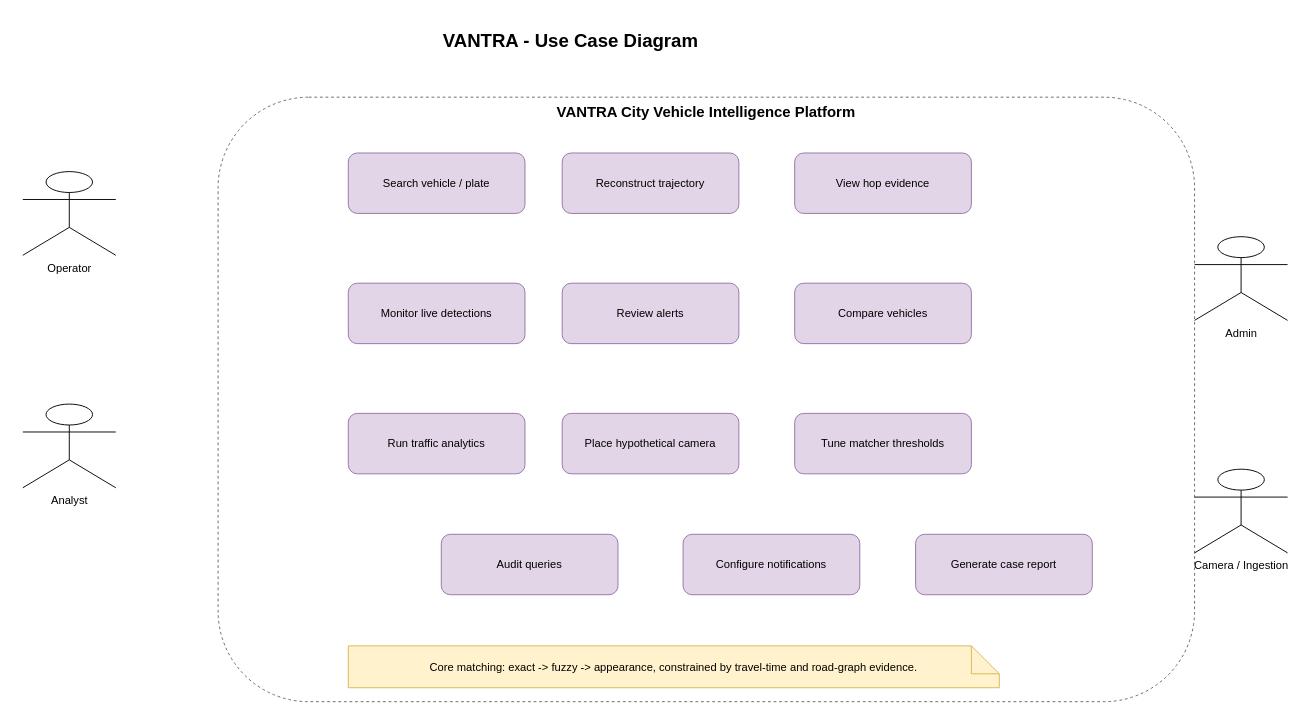
Above: uml-diagrams/UseCaseDiagram.drawio in DakshJand/SE-Project-VANTRA (draw.io), before the change. Source tidied: cells renumbered, new cells numbered last; positions are measured from the earlier drawing's top-left corner, leaving out a move shared by most shapes. Both pictures are drawn from the tidied source at 93%, with x=0, y=0 at pixel (22, 22).
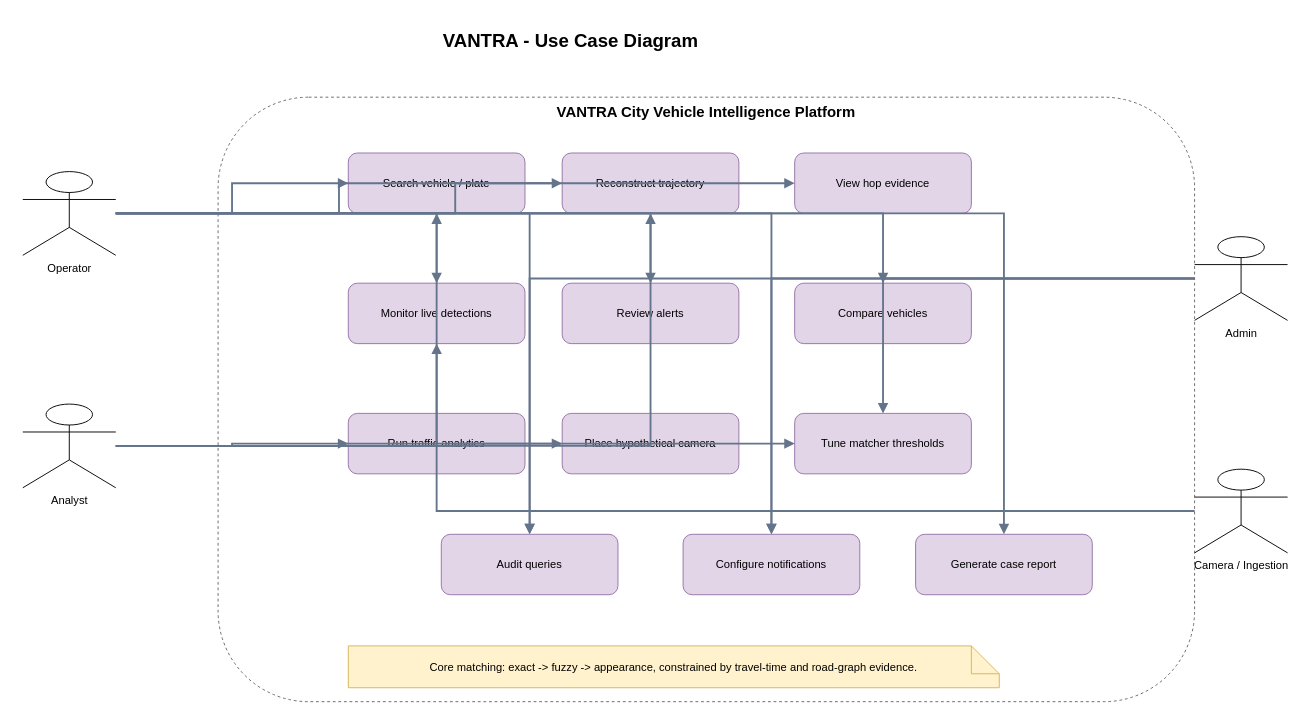
The same diagram, later.

Unchanged cells that the change refers to:
```xml
<mxCell id="4" value="Operator" style="shape=umlActor;verticalLabelPosition=bottom;verticalAlign=top;html=1;" parent="1" vertex="1">
  <mxGeometry y="160" width="100" height="90" as="geometry" />
</mxCell>
<mxCell id="5" value="Analyst" style="shape=umlActor;verticalLabelPosition=bottom;verticalAlign=top;html=1;" parent="1" vertex="1">
  <mxGeometry y="410" width="100" height="90" as="geometry" />
</mxCell>
<mxCell id="6" value="Admin" style="shape=umlActor;verticalLabelPosition=bottom;verticalAlign=top;html=1;" parent="1" vertex="1">
  <mxGeometry x="1260" y="230" width="100" height="90" as="geometry" />
</mxCell>
<mxCell id="7" value="Camera / Ingestion" style="shape=umlActor;verticalLabelPosition=bottom;verticalAlign=top;html=1;" parent="1" vertex="1">
  <mxGeometry x="1260" y="480" width="100" height="90" as="geometry" />
</mxCell>
<mxCell id="8" value="Search vehicle / plate" style="rounded=1;whiteSpace=wrap;html=1;fillColor=#e1d5e7;strokeColor=#9673a6;" parent="1" vertex="1">
  <mxGeometry x="350" y="140" width="190" height="65" as="geometry" />
</mxCell>
<mxCell id="9" value="Reconstruct trajectory" style="rounded=1;whiteSpace=wrap;html=1;fillColor=#e1d5e7;strokeColor=#9673a6;" parent="1" vertex="1">
  <mxGeometry x="580" y="140" width="190" height="65" as="geometry" />
</mxCell>
<mxCell id="10" value="View hop evidence" style="rounded=1;whiteSpace=wrap;html=1;fillColor=#e1d5e7;strokeColor=#9673a6;" parent="1" vertex="1">
  <mxGeometry x="830" y="140" width="190" height="65" as="geometry" />
</mxCell>
<mxCell id="11" value="Monitor live detections" style="rounded=1;whiteSpace=wrap;html=1;fillColor=#e1d5e7;strokeColor=#9673a6;" parent="1" vertex="1">
  <mxGeometry x="350" y="280" width="190" height="65" as="geometry" />
</mxCell>
<mxCell id="12" value="Review alerts" style="rounded=1;whiteSpace=wrap;html=1;fillColor=#e1d5e7;strokeColor=#9673a6;" parent="1" vertex="1">
  <mxGeometry x="580" y="280" width="190" height="65" as="geometry" />
</mxCell>
<mxCell id="13" value="Compare vehicles" style="rounded=1;whiteSpace=wrap;html=1;fillColor=#e1d5e7;strokeColor=#9673a6;" parent="1" vertex="1">
  <mxGeometry x="830" y="280" width="190" height="65" as="geometry" />
</mxCell>
<mxCell id="14" value="Run traffic analytics" style="rounded=1;whiteSpace=wrap;html=1;fillColor=#e1d5e7;strokeColor=#9673a6;" parent="1" vertex="1">
  <mxGeometry x="350" y="420" width="190" height="65" as="geometry" />
</mxCell>
<mxCell id="15" value="Place hypothetical camera" style="rounded=1;whiteSpace=wrap;html=1;fillColor=#e1d5e7;strokeColor=#9673a6;" parent="1" vertex="1">
  <mxGeometry x="580" y="420" width="190" height="65" as="geometry" />
</mxCell>
<mxCell id="16" value="Tune matcher thresholds" style="rounded=1;whiteSpace=wrap;html=1;fillColor=#e1d5e7;strokeColor=#9673a6;" parent="1" vertex="1">
  <mxGeometry x="830" y="420" width="190" height="65" as="geometry" />
</mxCell>
<mxCell id="17" value="Audit queries" style="rounded=1;whiteSpace=wrap;html=1;fillColor=#e1d5e7;strokeColor=#9673a6;" parent="1" vertex="1">
  <mxGeometry x="450" y="550" width="190" height="65" as="geometry" />
</mxCell>
<mxCell id="18" value="Configure notifications" style="rounded=1;whiteSpace=wrap;html=1;fillColor=#e1d5e7;strokeColor=#9673a6;" parent="1" vertex="1">
  <mxGeometry x="710" y="550" width="190" height="65" as="geometry" />
</mxCell>
<mxCell id="19" value="Generate case report" style="rounded=1;whiteSpace=wrap;html=1;fillColor=#e1d5e7;strokeColor=#9673a6;" parent="1" vertex="1">
  <mxGeometry x="960" y="550" width="190" height="65" as="geometry" />
</mxCell>
```

Diff of the diagram source:
```diff
@@
-    <mxCell id="20" style="edgeStyle=orthogonalEdgeStyle;rounded=0;jettySize=auto;html=1;" parent="1" edge="1" source="4" target="8" />
+    <mxCell id="20" style="edgeStyle=orthogonalEdgeStyle;rounded=0;jettySize=auto;html=1;strokeColor=#64748b;endArrow=block;endFill=1;strokeWidth=2;" parent="1" edge="1" source="4" target="8">
+      <mxGeometry relative="1" as="geometry" />
+    </mxCell>
-    <mxCell id="21" style="edgeStyle=orthogonalEdgeStyle;rounded=0;jettySize=auto;html=1;" parent="1" edge="1" source="4" target="9" />
+    <mxCell id="21" style="edgeStyle=orthogonalEdgeStyle;rounded=0;jettySize=auto;html=1;strokeColor=#64748b;endArrow=block;endFill=1;strokeWidth=2;" parent="1" edge="1" source="4" target="9">
+      <mxGeometry relative="1" as="geometry" />
+    </mxCell>
-    <mxCell id="22" style="edgeStyle=orthogonalEdgeStyle;rounded=0;jettySize=auto;html=1;" parent="1" edge="1" source="4" target="10" />
+    <mxCell id="22" style="edgeStyle=orthogonalEdgeStyle;rounded=0;jettySize=auto;html=1;strokeColor=#64748b;endArrow=block;endFill=1;strokeWidth=2;" parent="1" edge="1" source="4" target="10">
+      <mxGeometry relative="1" as="geometry" />
+    </mxCell>
-    <mxCell id="23" style="edgeStyle=orthogonalEdgeStyle;rounded=0;jettySize=auto;html=1;" parent="1" edge="1" source="4" target="11" />
+    <mxCell id="23" style="edgeStyle=orthogonalEdgeStyle;rounded=0;jettySize=auto;html=1;strokeColor=#64748b;endArrow=block;endFill=1;strokeWidth=2;" parent="1" edge="1" source="4" target="11">
+      <mxGeometry relative="1" as="geometry" />
+    </mxCell>
-    <mxCell id="24" style="edgeStyle=orthogonalEdgeStyle;rounded=0;jettySize=auto;html=1;" parent="1" edge="1" source="4" target="12" />
+    <mxCell id="24" style="edgeStyle=orthogonalEdgeStyle;rounded=0;jettySize=auto;html=1;strokeColor=#64748b;endArrow=block;endFill=1;strokeWidth=2;" parent="1" edge="1" source="4" target="12">
+      <mxGeometry relative="1" as="geometry" />
+    </mxCell>
-    <mxCell id="25" style="edgeStyle=orthogonalEdgeStyle;rounded=0;jettySize=auto;html=1;" parent="1" edge="1" source="4" target="13" />
+    <mxCell id="25" style="edgeStyle=orthogonalEdgeStyle;rounded=0;jettySize=auto;html=1;strokeColor=#64748b;endArrow=block;endFill=1;strokeWidth=2;" parent="1" edge="1" source="4" target="13">
+      <mxGeometry relative="1" as="geometry" />
+    </mxCell>
-    <mxCell id="26" style="edgeStyle=orthogonalEdgeStyle;rounded=0;jettySize=auto;html=1;" parent="1" edge="1" source="5" target="8" />
+    <mxCell id="26" style="edgeStyle=orthogonalEdgeStyle;rounded=0;jettySize=auto;html=1;strokeColor=#64748b;endArrow=block;endFill=1;strokeWidth=2;" parent="1" edge="1" source="5" target="8">
+      <mxGeometry relative="1" as="geometry" />
+    </mxCell>
-    <mxCell id="27" style="edgeStyle=orthogonalEdgeStyle;rounded=0;jettySize=auto;html=1;" parent="1" edge="1" source="5" target="9" />
+    <mxCell id="27" style="edgeStyle=orthogonalEdgeStyle;rounded=0;jettySize=auto;html=1;strokeColor=#64748b;endArrow=block;endFill=1;strokeWidth=2;" parent="1" edge="1" source="5" target="9">
+      <mxGeometry relative="1" as="geometry" />
+    </mxCell>
-    <mxCell id="28" style="edgeStyle=orthogonalEdgeStyle;rounded=0;jettySize=auto;html=1;" parent="1" edge="1" source="5" target="14" />
+    <mxCell id="28" style="edgeStyle=orthogonalEdgeStyle;rounded=0;jettySize=auto;html=1;strokeColor=#64748b;endArrow=block;endFill=1;strokeWidth=2;" parent="1" edge="1" source="5" target="14">
+      <mxGeometry relative="1" as="geometry" />
+    </mxCell>
-    <mxCell id="29" style="edgeStyle=orthogonalEdgeStyle;rounded=0;jettySize=auto;html=1;" parent="1" edge="1" source="5" target="15" />
+    <mxCell id="29" style="edgeStyle=orthogonalEdgeStyle;rounded=0;jettySize=auto;html=1;strokeColor=#64748b;endArrow=block;endFill=1;strokeWidth=2;" parent="1" edge="1" source="5" target="15">
+      <mxGeometry relative="1" as="geometry" />
+    </mxCell>
-    <mxCell id="30" style="edgeStyle=orthogonalEdgeStyle;rounded=0;jettySize=auto;html=1;" parent="1" edge="1" source="5" target="16" />
+    <mxCell id="30" style="edgeStyle=orthogonalEdgeStyle;rounded=0;jettySize=auto;html=1;strokeColor=#64748b;endArrow=block;endFill=1;strokeWidth=2;" parent="1" edge="1" source="5" target="16">
+      <mxGeometry relative="1" as="geometry" />
+    </mxCell>
-    <mxCell id="31" style="edgeStyle=orthogonalEdgeStyle;rounded=0;jettySize=auto;html=1;" parent="1" edge="1" source="6" target="16" />
+    <mxCell id="31" style="edgeStyle=orthogonalEdgeStyle;rounded=0;jettySize=auto;html=1;strokeColor=#64748b;endArrow=block;endFill=1;strokeWidth=2;" parent="1" edge="1" source="6" target="16">
+      <mxGeometry relative="1" as="geometry" />
+    </mxCell>
-    <mxCell id="32" style="edgeStyle=orthogonalEdgeStyle;rounded=0;jettySize=auto;html=1;" parent="1" edge="1" source="6" target="17" />
+    <mxCell id="32" style="edgeStyle=orthogonalEdgeStyle;rounded=0;jettySize=auto;html=1;strokeColor=#64748b;endArrow=block;endFill=1;strokeWidth=2;" parent="1" edge="1" source="6" target="17">
+      <mxGeometry relative="1" as="geometry" />
+    </mxCell>
-    <mxCell id="33" style="edgeStyle=orthogonalEdgeStyle;rounded=0;jettySize=auto;html=1;" parent="1" edge="1" source="6" target="18" />
+    <mxCell id="33" style="edgeStyle=orthogonalEdgeStyle;rounded=0;jettySize=auto;html=1;strokeColor=#64748b;endArrow=block;endFill=1;strokeWidth=2;" parent="1" edge="1" source="6" target="18">
+      <mxGeometry relative="1" as="geometry" />
+    </mxCell>
-    <mxCell id="34" style="edgeStyle=orthogonalEdgeStyle;rounded=0;jettySize=auto;html=1;" parent="1" edge="1" source="4" target="17" />
+    <mxCell id="34" style="edgeStyle=orthogonalEdgeStyle;rounded=0;jettySize=auto;html=1;strokeColor=#64748b;endArrow=block;endFill=1;strokeWidth=2;" parent="1" edge="1" source="4" target="17">
+      <mxGeometry relative="1" as="geometry" />
+    </mxCell>
-    <mxCell id="35" style="edgeStyle=orthogonalEdgeStyle;rounded=0;jettySize=auto;html=1;" parent="1" edge="1" source="4" target="18" />
+    <mxCell id="35" style="edgeStyle=orthogonalEdgeStyle;rounded=0;jettySize=auto;html=1;strokeColor=#64748b;endArrow=block;endFill=1;strokeWidth=2;" parent="1" edge="1" source="4" target="18">
+      <mxGeometry relative="1" as="geometry" />
+    </mxCell>
-    <mxCell id="36" style="edgeStyle=orthogonalEdgeStyle;rounded=0;jettySize=auto;html=1;" parent="1" edge="1" source="4" target="19" />
+    <mxCell id="36" style="edgeStyle=orthogonalEdgeStyle;rounded=0;jettySize=auto;html=1;strokeColor=#64748b;endArrow=block;endFill=1;strokeWidth=2;" parent="1" edge="1" source="4" target="19">
+      <mxGeometry relative="1" as="geometry" />
+    </mxCell>
-    <mxCell id="37" style="edgeStyle=orthogonalEdgeStyle;rounded=0;jettySize=auto;html=1;" parent="1" edge="1" source="7" target="11" />
+    <mxCell id="37" style="edgeStyle=orthogonalEdgeStyle;rounded=0;jettySize=auto;html=1;strokeColor=#64748b;endArrow=block;endFill=1;strokeWidth=2;" parent="1" edge="1" source="7" target="11">
+      <mxGeometry relative="1" as="geometry" />
+    </mxCell>
```
